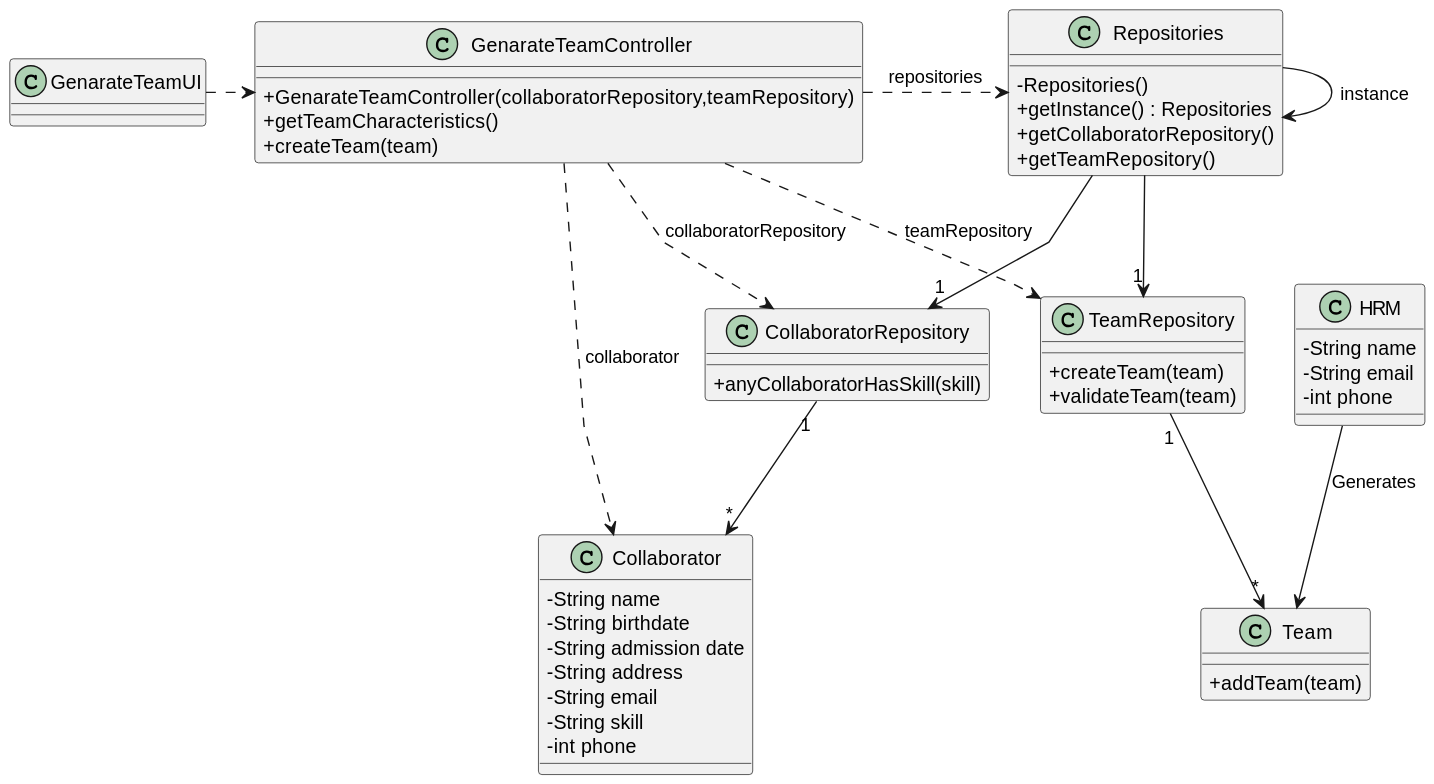
Earlier version of the PlantUML export docs/sprintB/us005/03.design/svg/us005-class-diagram.svg (Departamento-de-Engenharia-Informatica/lei-24-s2-1dkl-g134). Source of this version:
```plantuml
@startuml
skinparam packageStyle rectangle
skinparam shadowing false
skinparam linetype polyline

skinparam classAttributeIconSize 0

class GenarateTeamUI {
}

class GenarateTeamController {
+GenarateTeamController(collaboratorRepository,teamRepository)
+getTeamCharacteristics()
+createTeam(team)
}


class Repositories {
    - Repositories()
    + getInstance() : Repositories
    + getCollaboratorRepository()
    + getTeamRepository()
}

class CollaboratorRepository {
    + anyCollaboratorHasSkill(skill)
}

class TeamRepository {
    + createTeam(team)
    + validateTeam(team)
}

class Collaborator {
    - String name
    - String birthdate
    - String admission date
    - String address
    - String email
    - String skill
    - int phone

}

class Team{
+addTeam(team)

}

class HRM{
   - String name
   - String email
   - int phone
}










Repositories -> Repositories : instance
GenarateTeamUI .> GenarateTeamController
GenarateTeamController .> Repositories : repositories
Repositories -> "1" CollaboratorRepository
GenarateTeamController ..> Collaborator: collaborator
GenarateTeamController ..> TeamRepository : teamRepository
GenarateTeamController ..> CollaboratorRepository : collaboratorRepository
Repositories --> "1" TeamRepository
CollaboratorRepository "1" --> "*" Collaborator
TeamRepository "1" --> "*" Team
HRM --> Team : Generates
@enduml
```
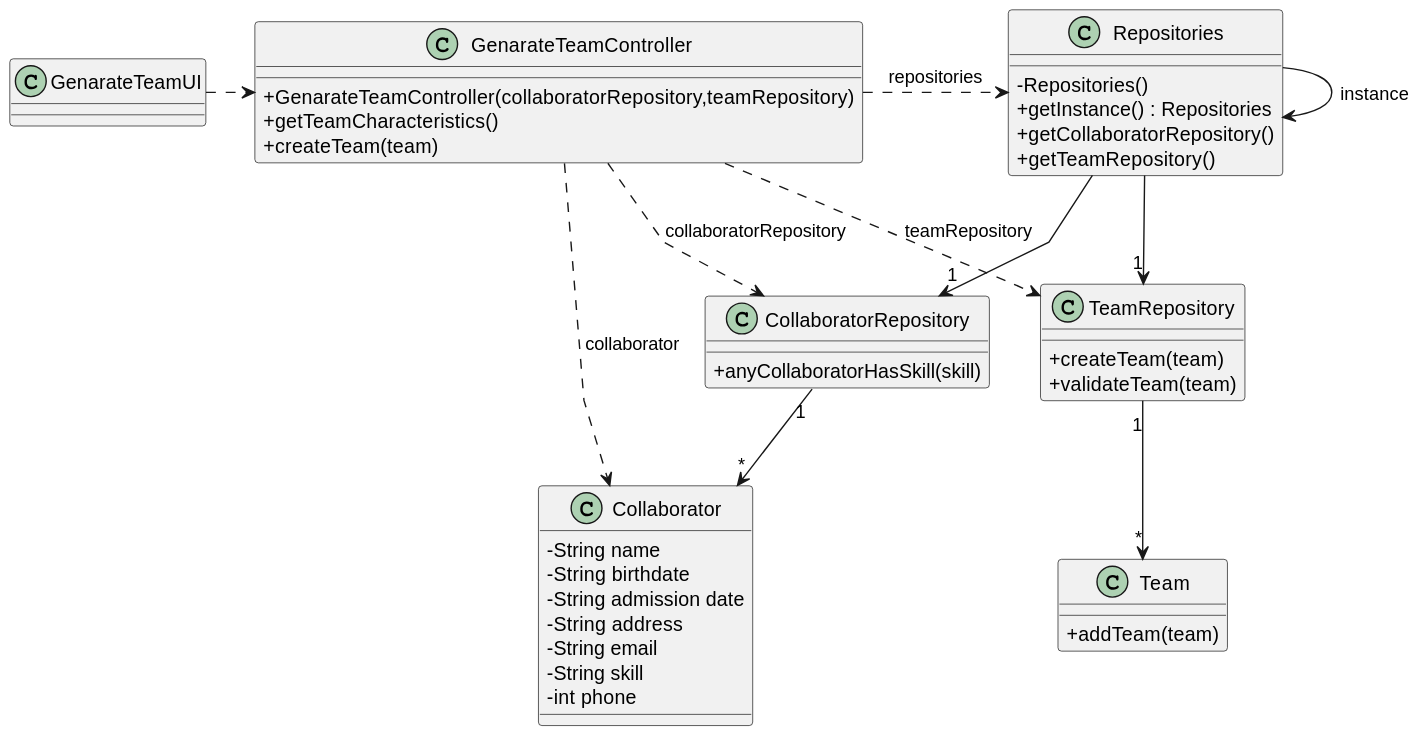
The same file after the commit.

Commit message:
Some updates on Class diagram of US003 and US006

Diff of the diagram source:
```diff
@@ -47,11 +47,7 @@
 
 }
 
-class HRM{
-   - String name
-   - String email
-   - int phone
-}
+
 
 
 
@@ -72,5 +68,4 @@
 Repositories --> "1" TeamRepository
 CollaboratorRepository "1" --> "*" Collaborator
 TeamRepository "1" --> "*" Team
-HRM --> Team : Generates
 @enduml
```
